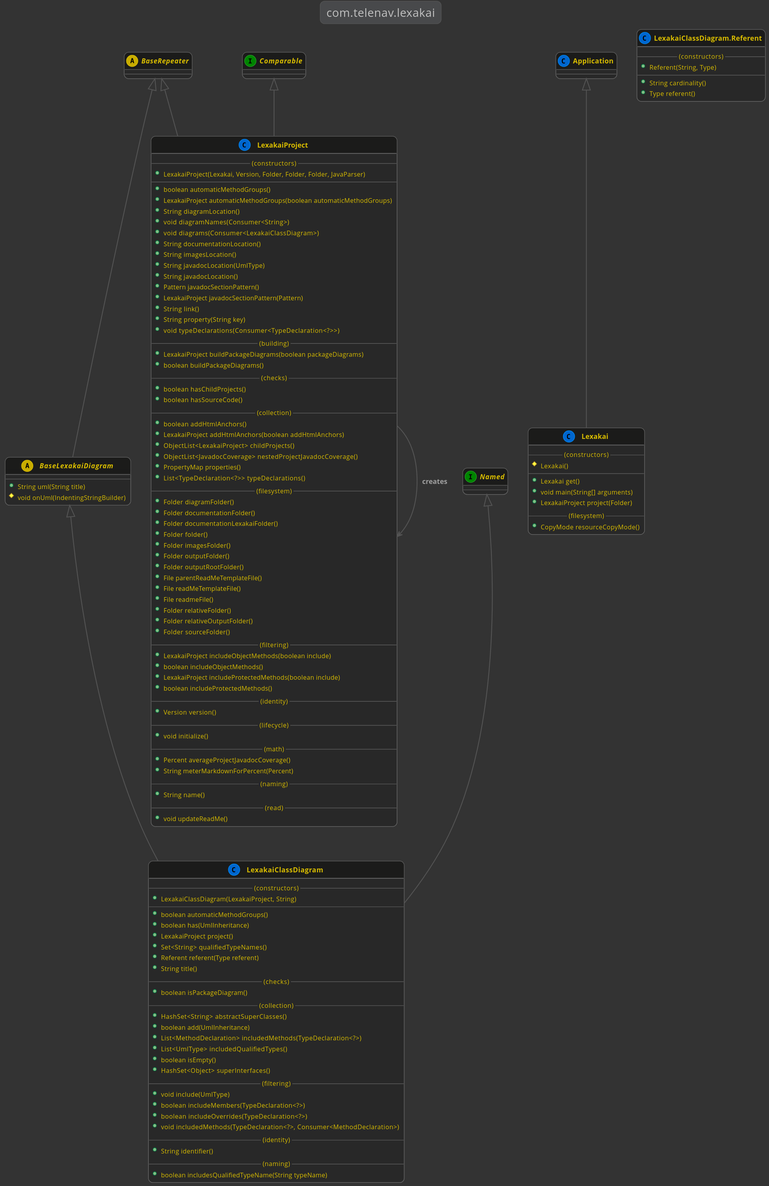
Earlier version of the PlantUML export docs/lexakai/lexakai/documentation/diagrams/com.telenav.lexakai.svg (Telenav/lexakai-assets).
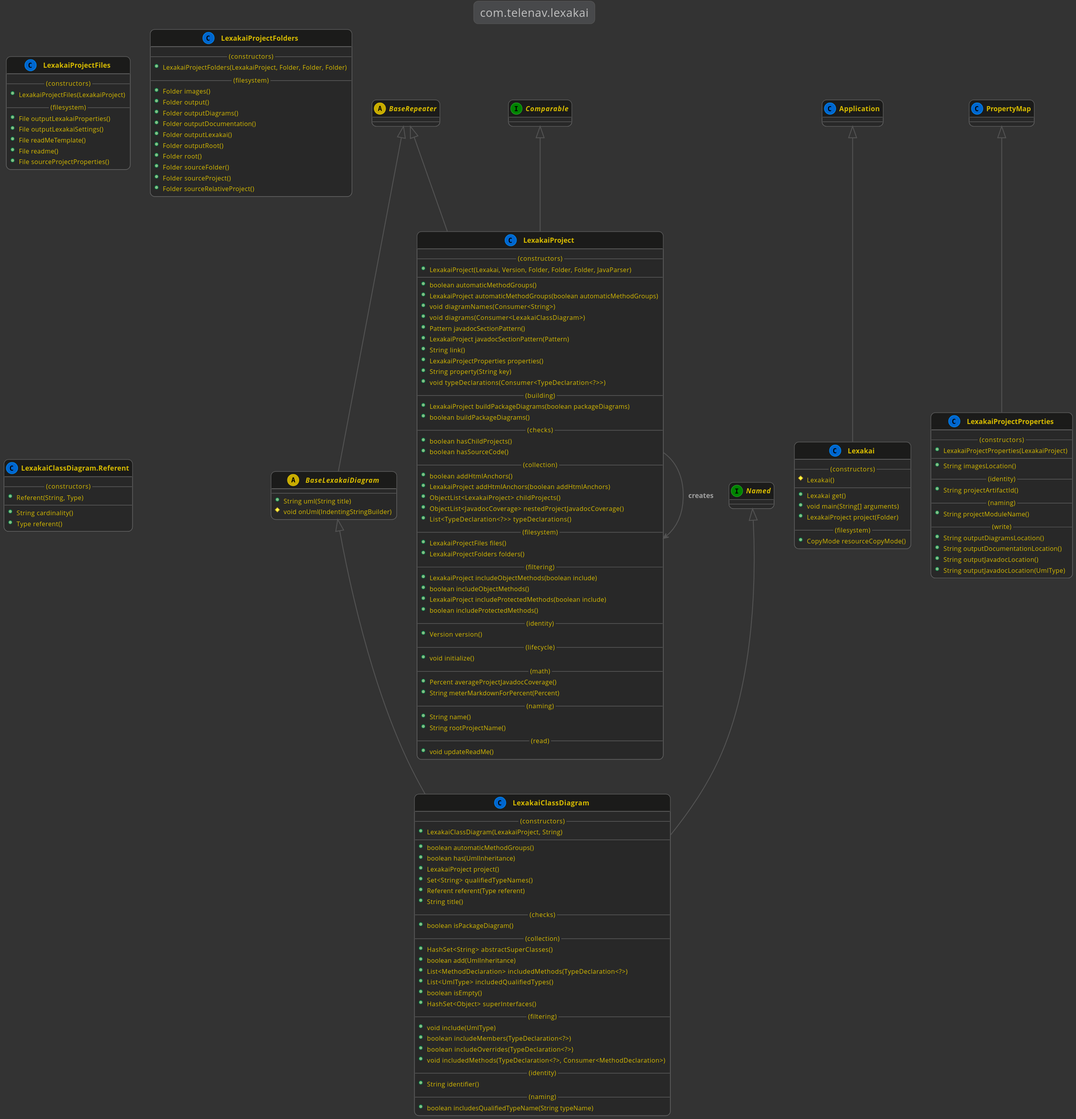
The same diagram one commit later.

Diff of the diagram source:
```diff
@@ -74,16 +74,12 @@
         --
         +boolean automaticMethodGroups()
         +LexakaiProject automaticMethodGroups(boolean automaticMethodGroups)
-        +String diagramLocation()
         +void diagramNames(Consumer<String>)
         +void diagrams(Consumer<LexakaiClassDiagram>)
-        +String documentationLocation()
-        +String imagesLocation()
-        +String javadocLocation(UmlType)
-        +String javadocLocation()
         +Pattern javadocSectionPattern()
         +LexakaiProject javadocSectionPattern(Pattern)
         +String link()
+        +LexakaiProjectProperties properties()
         +String property(String key)
         +void typeDeclarations(Consumer<TypeDeclaration<?>>)
         --(building)--
@@ -97,22 +93,10 @@
         +LexakaiProject addHtmlAnchors(boolean addHtmlAnchors)
         +ObjectList<LexakaiProject> childProjects()
         +ObjectList<JavadocCoverage> nestedProjectJavadocCoverage()
-        +PropertyMap properties()
         +List<TypeDeclaration<?>> typeDeclarations()
         --(filesystem)--
-        +Folder diagramFolder()
-        +Folder documentationFolder()
-        +Folder documentationLexakaiFolder()
-        +Folder folder()
-        +Folder imagesFolder()
-        +Folder outputFolder()
-        +Folder outputRootFolder()
-        +File parentReadMeTemplateFile()
-        +File readMeTemplateFile()
-        +File readmeFile()
-        +Folder relativeFolder()
-        +Folder relativeOutputFolder()
-        +Folder sourceFolder()
+        +LexakaiProjectFiles files()
+        +LexakaiProjectFolders folders()
         --(filtering)--
         +LexakaiProject includeObjectMethods(boolean include)
         +boolean includeObjectMethods()
@@ -127,8 +111,56 @@
         +String meterMarkdownForPercent(Percent)
         --(naming)--
         +String name()
+        +String rootProjectName()
         --(read)--
         +void updateReadMe()
+    }
+
+    class LexakaiProjectFiles
+    {
+        --(constructors)--
+        +LexakaiProjectFiles(LexakaiProject)
+        --(filesystem)--
+        +File outputLexakaiProperties()
+        +File outputLexakaiSettings()
+        +File readMeTemplate()
+        +File readme()
+        +File sourceProjectProperties()
+    }
+
+    class LexakaiProjectFolders
+    {
+        --(constructors)--
+        +LexakaiProjectFolders(LexakaiProject, Folder, Folder, Folder)
+        --(filesystem)--
+        +Folder images()
+        +Folder output()
+        +Folder outputDiagrams()
+        +Folder outputDocumentation()
+        +Folder outputLexakai()
+        +Folder outputRoot()
+        +Folder root()
+        +Folder sourceFolder()
+        +Folder sourceProject()
+        +Folder sourceRelativeProject()
+    }
+
+    PropertyMap <|-- LexakaiProjectProperties
+    class LexakaiProjectProperties
+    {
+        --(constructors)--
+        +LexakaiProjectProperties(LexakaiProject)
+        --
+        +String imagesLocation()
+        --(identity)--
+        +String projectArtifactId()
+        --(naming)--
+        +String projectModuleName()
+        --(write)--
+        +String outputDiagramsLocation()
+        +String outputDocumentationLocation()
+        +String outputJavadocLocation()
+        +String outputJavadocLocation(UmlType)
     }
 
     class LexakaiClassDiagram.Referent
```
